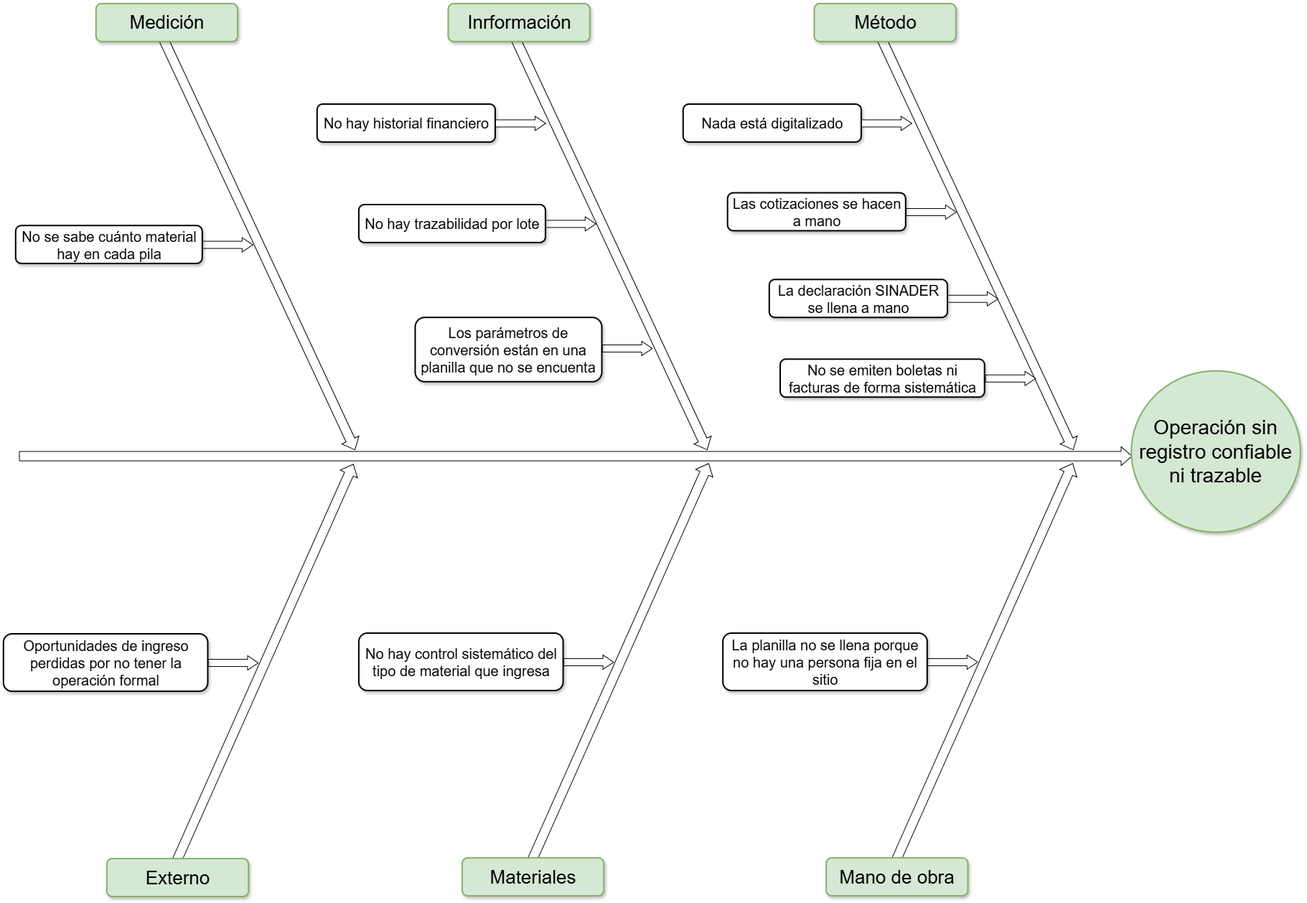
The draw.io diagram docs/trabajo-grupal/diagramas/Ishikawa/ishikawa-problematica.png in kenjikaese/Triverde, before a commit. Source tidied: cells renumbered, new cells last; positions are measured from the earlier drawing's top-left corner, leaving out a move shared by most shapes.
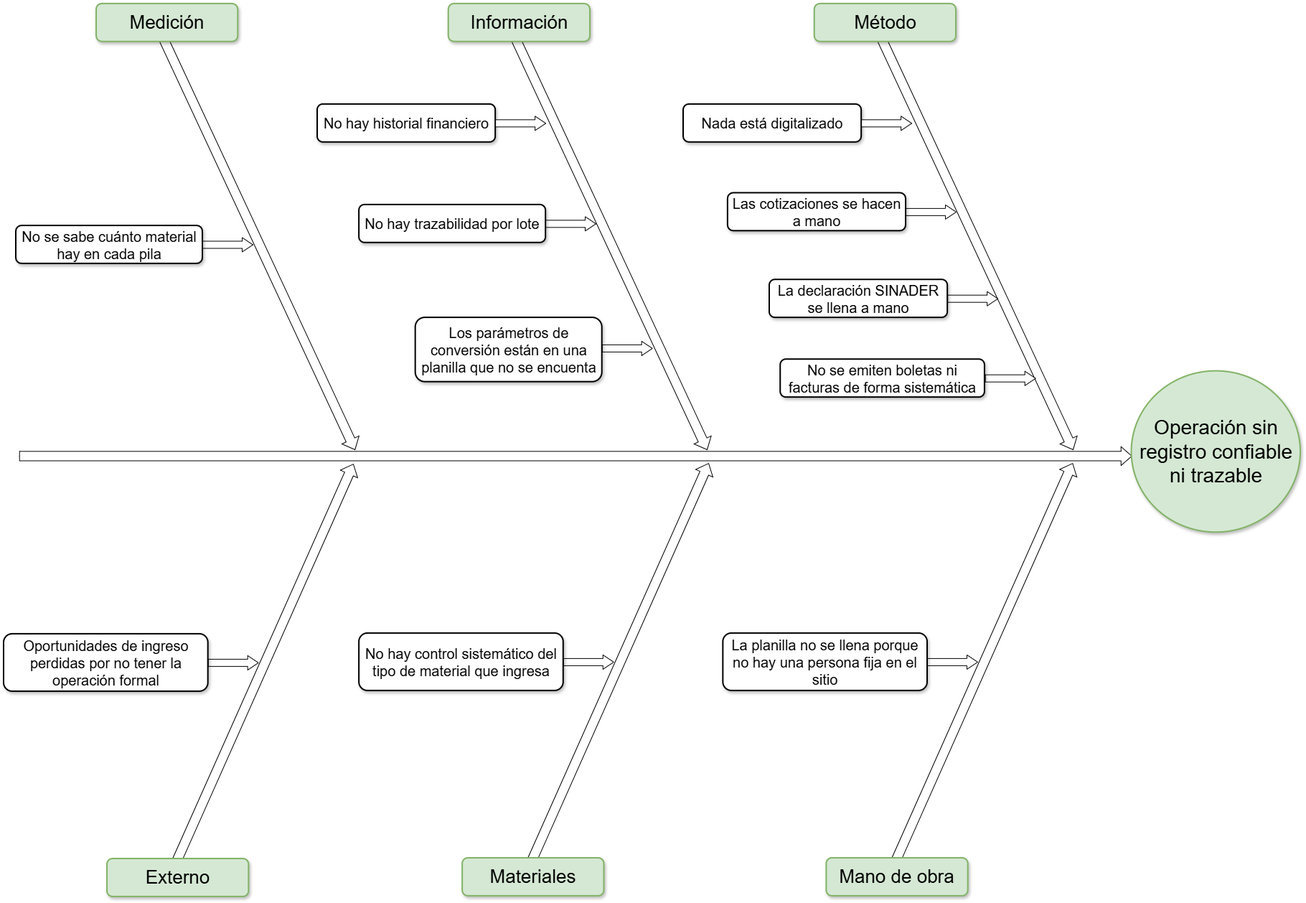
The same diagram one commit later.

The edit, as a diff of the source:
```diff
@@ -41,7 +41,7 @@
     <mxCell id="14" style="html=1;shadow=0;dashed=0;align=center;verticalAlign=middle;shape=mxgraph.arrows2.arrow;dy=0.5;dx=15;direction=north;notch=0;rounded=0;strokeWidth=1;fontSize=20;rotation=155;" parent="1" vertex="1">
       <mxGeometry x="833.7" y="165.6" width="26.3" height="630" as="geometry" />
     </mxCell>
-    <mxCell id="15" value="&lt;font style=&quot;font-size: 26px;&quot;&gt;Inrformación&lt;/font&gt;" style="rounded=1;whiteSpace=wrap;html=1;shadow=1;strokeWidth=2;fontSize=20;fillColor=#d5e8d4;strokeColor=#82b366;" parent="1" vertex="1">
+    <mxCell id="15" value="&lt;font style=&quot;font-size: 26px;&quot;&gt;Información&lt;/font&gt;" style="rounded=1;whiteSpace=wrap;html=1;shadow=1;strokeWidth=2;fontSize=20;fillColor=#d5e8d4;strokeColor=#82b366;" parent="1" vertex="1">
       <mxGeometry x="619.7" y="145" width="197.3" height="52.9" as="geometry" />
     </mxCell>
     <mxCell id="16" style="html=1;shadow=0;dashed=0;align=center;verticalAlign=middle;shape=mxgraph.arrows2.arrow;dy=0.5;dx=15;direction=north;notch=0;rounded=0;strokeWidth=1;fontSize=20;rotation=90;horizontal=0;labelPosition=left;verticalLabelPosition=middle;" parent="1" vertex="1">
```
